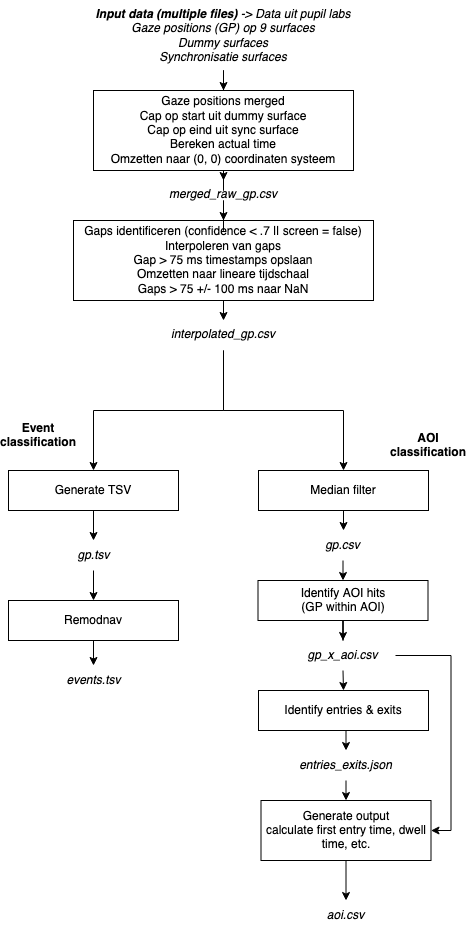
Earlier version of the draw.io export schema.png (joriswvanrijn/hpt-software). Source tidied: cells renumbered, new cells last; positions are measured from the earlier drawing's top-left corner, leaving out a move shared by most shapes.
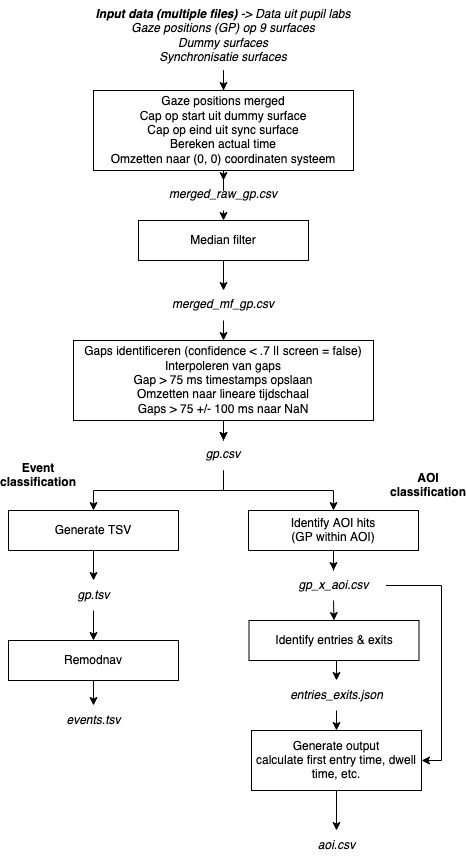
Above is the later version.

Diff of the diagram source:
```diff
@@ -6,100 +6,91 @@
       <mxGeometry relative="1" as="geometry" />
     </mxCell>
     <mxCell id="3" value="&lt;div&gt;Gaze positions merged&lt;/div&gt;&lt;div&gt;Cap op start uit dummy surface&lt;/div&gt;&lt;div&gt;Cap op eind uit sync surface&lt;/div&gt;&lt;div&gt;Bereken actual time&lt;/div&gt;&lt;div&gt;Omzetten naar (0, 0) coordinaten systeem&lt;br&gt;&lt;/div&gt;" style="rounded=0;whiteSpace=wrap;html=1;" parent="1" vertex="1">
-      <mxGeometry x="85" y="90" width="260" height="80" as="geometry" />
+      <mxGeometry x="85" y="80" width="260" height="80" as="geometry" />
     </mxCell>
     <mxCell id="4" style="edgeStyle=orthogonalEdgeStyle;rounded=0;jettySize=auto;html=1;exitX=0.5;exitY=1;exitDx=0;exitDy=0;entryX=0.5;entryY=0;entryDx=0;entryDy=0;" parent="1" edge="1" source="5" target="29">
       <mxGeometry relative="1" as="geometry" />
     </mxCell>
+    <mxCell id="39" style="edgeStyle=orthogonalEdgeStyle;rounded=0;jettySize=auto;html=1;" parent="1" edge="1" source="5" target="29">
+      <mxGeometry relative="1" as="geometry" />
+    </mxCell>
     <mxCell id="5" value="&lt;div&gt;Gaps identificeren (confidence &amp;lt; .7 || screen = false)&lt;br&gt;&lt;/div&gt;&lt;div&gt;Interpoleren van gaps &lt;br&gt;&lt;/div&gt;&lt;div&gt;Gap &amp;gt; 75 ms timestamps opslaan&lt;br&gt;&lt;/div&gt;&lt;div&gt;Omzetten naar lineare tijdschaal&lt;/div&gt;&lt;div&gt;Gaps &amp;gt; 75 +/- 100 ms naar NaN&lt;br&gt;&lt;/div&gt;" style="rounded=0;whiteSpace=wrap;html=1;" parent="1" vertex="1">
-      <mxGeometry x="65" y="220" width="300" height="80" as="geometry" />
+      <mxGeometry x="65" y="330" width="300" height="80" as="geometry" />
     </mxCell>
     <mxCell id="6" style="edgeStyle=orthogonalEdgeStyle;rounded=0;jettySize=auto;html=1;exitX=0.5;exitY=1;exitDx=0;exitDy=0;" parent="1" edge="1" source="7" target="31">
       <mxGeometry relative="1" as="geometry" />
     </mxCell>
     <mxCell id="7" value="Generate TSV" style="rounded=0;whiteSpace=wrap;html=1;" parent="1" vertex="1">
-      <mxGeometry y="470" width="170" height="40" as="geometry" />
+      <mxGeometry y="500" width="170" height="40" as="geometry" />
     </mxCell>
     <mxCell id="8" style="edgeStyle=orthogonalEdgeStyle;rounded=0;jettySize=auto;html=1;exitX=0.5;exitY=1;exitDx=0;exitDy=0;" parent="1" edge="1" source="10">
       <mxGeometry relative="1" as="geometry">
-        <mxPoint x="85" y="610" as="targetPoint" />
+        <mxPoint x="85" y="640" as="targetPoint" />
       </mxGeometry>
     </mxCell>
     <mxCell id="9" style="edgeStyle=orthogonalEdgeStyle;rounded=0;jettySize=auto;html=1;exitX=0.5;exitY=1;exitDx=0;exitDy=0;" parent="1" edge="1" source="10" target="19">
       <mxGeometry relative="1" as="geometry" />
     </mxCell>
     <mxCell id="10" value="Remodnav" style="rounded=0;whiteSpace=wrap;html=1;" parent="1" vertex="1">
-      <mxGeometry y="600" width="170" height="40" as="geometry" />
+      <mxGeometry y="630" width="170" height="40" as="geometry" />
     </mxCell>
     <mxCell id="11" value="Event classification" style="text;html=1;strokeColor=none;fillColor=none;align=center;verticalAlign=middle;whiteSpace=wrap;rounded=0;fontStyle=1;" parent="1" vertex="1">
-      <mxGeometry y="420" width="60" height="30" as="geometry" />
+      <mxGeometry y="450" width="60" height="30" as="geometry" />
     </mxCell>
-    <mxCell id="12" style="edgeStyle=orthogonalEdgeStyle;rounded=0;jettySize=auto;html=1;exitX=0.5;exitY=1;exitDx=0;exitDy=0;" parent="1" edge="1" source="13" target="33">
-      <mxGeometry relative="1" as="geometry" />
-    </mxCell>
-    <mxCell id="13" value="Median filter" style="rounded=0;whiteSpace=wrap;html=1;" parent="1" vertex="1">
-      <mxGeometry x="250" y="470" width="170" height="40" as="geometry" />
-    </mxCell>
     <mxCell id="14" style="edgeStyle=orthogonalEdgeStyle;rounded=0;jettySize=auto;html=1;exitX=0.5;exitY=1;exitDx=0;exitDy=0;" parent="1" edge="1" source="15" target="36">
       <mxGeometry relative="1" as="geometry" />
     </mxCell>
     <mxCell id="15" value="&lt;div&gt;Identify AOI hits&lt;/div&gt;&lt;div&gt;(GP within AOI)&lt;br&gt;&lt;/div&gt;" style="rounded=0;whiteSpace=wrap;html=1;" parent="1" vertex="1">
-      <mxGeometry x="249.5" y="580" width="170" height="40" as="geometry" />
+      <mxGeometry x="240" y="500" width="170" height="40" as="geometry" />
     </mxCell>
     <mxCell id="16" value="AOI classification" style="text;html=1;strokeColor=none;fillColor=none;align=center;verticalAlign=middle;whiteSpace=wrap;rounded=0;fontStyle=1;" parent="1" vertex="1">
-      <mxGeometry x="390" y="430" width="60" height="30" as="geometry" />
+      <mxGeometry x="390" y="460" width="60" height="30" as="geometry" />
     </mxCell>
     <mxCell id="17" style="edgeStyle=orthogonalEdgeStyle;rounded=0;jettySize=auto;html=1;exitX=0.5;exitY=1;exitDx=0;exitDy=0;entryX=0.5;entryY=0;entryDx=0;entryDy=0;" parent="1" edge="1" source="18" target="38">
       <mxGeometry relative="1" as="geometry" />
     </mxCell>
     <mxCell id="18" value="&lt;div&gt;Identify entries &amp;amp; exits&lt;br&gt;&lt;/div&gt;" style="rounded=0;whiteSpace=wrap;html=1;" parent="1" vertex="1">
-      <mxGeometry x="250" y="690" width="170" height="40" as="geometry" />
+      <mxGeometry x="240.5" y="610" width="170" height="40" as="geometry" />
     </mxCell>
     <mxCell id="19" value="events.tsv" style="text;html=1;strokeColor=none;fillColor=none;align=center;verticalAlign=middle;whiteSpace=wrap;rounded=0;fontStyle=2;" parent="1" vertex="1">
-      <mxGeometry x="32.5" y="665" width="105" height="30" as="geometry" />
+      <mxGeometry x="32.5" y="695" width="105" height="30" as="geometry" />
     </mxCell>
     <mxCell id="20" value="aoi.csv" style="text;html=1;strokeColor=none;fillColor=none;align=center;verticalAlign=middle;whiteSpace=wrap;rounded=0;fontStyle=2;" parent="1" vertex="1">
-      <mxGeometry x="255" y="900" width="165" height="30" as="geometry" />
+      <mxGeometry x="245.5" y="820" width="165" height="30" as="geometry" />
     </mxCell>
     <mxCell id="21" style="edgeStyle=orthogonalEdgeStyle;rounded=0;jettySize=auto;html=1;exitX=0.5;exitY=1;exitDx=0;exitDy=0;" parent="1" edge="1" source="22" target="20">
       <mxGeometry relative="1" as="geometry" />
     </mxCell>
     <mxCell id="22" value="&lt;div&gt;Generate output&lt;/div&gt;&lt;div&gt;calculate first entry time, dwell time, etc.&lt;br&gt;&lt;/div&gt;" style="rounded=0;whiteSpace=wrap;html=1;" parent="1" vertex="1">
-      <mxGeometry x="252.5" y="800" width="170" height="60" as="geometry" />
+      <mxGeometry x="243" y="720" width="170" height="60" as="geometry" />
     </mxCell>
     <mxCell id="23" style="edgeStyle=orthogonalEdgeStyle;rounded=0;jettySize=auto;html=1;exitX=0.5;exitY=1;exitDx=0;exitDy=0;" parent="1" edge="1" source="24" target="3">
       <mxGeometry relative="1" as="geometry" />
     </mxCell>
     <mxCell id="24" value="&lt;div&gt;&lt;b&gt;Input data (multiple files)&lt;/b&gt; -&amp;gt; Data uit pupil labs&lt;/div&gt;&lt;div&gt;Gaze positions (GP) op 9 surfaces&lt;/div&gt;&lt;div&gt;Dummy surfaces&lt;/div&gt;&lt;div&gt;Synchronisatie surfaces&lt;/div&gt;" style="text;whiteSpace=wrap;html=1;align=center;fontStyle=2;" parent="1" vertex="1">
-      <mxGeometry x="65" width="300" height="70" as="geometry" />
+      <mxGeometry x="65" y="-10" width="300" height="70" as="geometry" />
     </mxCell>
-    <mxCell id="25" style="edgeStyle=orthogonalEdgeStyle;rounded=0;jettySize=auto;html=1;exitX=0.5;exitY=1;exitDx=0;exitDy=0;" parent="1" edge="1" source="26" target="5">
-      <mxGeometry relative="1" as="geometry" />
-    </mxCell>
+    <mxCell id="40" style="edgeStyle=orthogonalEdgeStyle;rounded=0;jettySize=auto;html=1;exitX=0.5;exitY=1;exitDx=0;exitDy=0;entryX=0.5;entryY=0;entryDx=0;entryDy=0;" parent="1" edge="1" source="26" target="13">
+      <mxGeometry relative="1" as="geometry" />
+    </mxCell>
     <mxCell id="26" value="merged_raw_gp.csv" style="text;whiteSpace=wrap;html=1;align=center;fontStyle=2;" parent="1" vertex="1">
-      <mxGeometry x="65" y="180" width="300" height="30" as="geometry" />
+      <mxGeometry x="65" y="170" width="300" height="30" as="geometry" />
     </mxCell>
     <mxCell id="27" style="edgeStyle=orthogonalEdgeStyle;rounded=0;jettySize=auto;html=1;exitX=0.5;exitY=1;exitDx=0;exitDy=0;" parent="1" edge="1" source="29" target="7">
       <mxGeometry relative="1" as="geometry" />
     </mxCell>
-    <mxCell id="28" style="edgeStyle=orthogonalEdgeStyle;rounded=0;jettySize=auto;html=1;exitX=0.5;exitY=1;exitDx=0;exitDy=0;entryX=0.5;entryY=0;entryDx=0;entryDy=0;" parent="1" edge="1" source="29" target="13">
-      <mxGeometry relative="1" as="geometry" />
-    </mxCell>
+    <mxCell id="41" style="edgeStyle=orthogonalEdgeStyle;rounded=0;jettySize=auto;html=1;exitX=0.5;exitY=1;exitDx=0;exitDy=0;" parent="1" edge="1" source="29" target="15">
+      <mxGeometry relative="1" as="geometry" />
+    </mxCell>
-    <mxCell id="29" value="interpolated_gp.csv" style="text;whiteSpace=wrap;html=1;align=center;fontStyle=2;" parent="1" vertex="1">
-      <mxGeometry x="65" y="320" width="300" height="30" as="geometry" />
+    <mxCell id="29" value="gp.csv" style="text;whiteSpace=wrap;html=1;align=center;fontStyle=2;" parent="1" vertex="1">
+      <mxGeometry x="65" y="430" width="300" height="30" as="geometry" />
     </mxCell>
     <mxCell id="30" style="edgeStyle=orthogonalEdgeStyle;rounded=0;jettySize=auto;html=1;exitX=0.5;exitY=1;exitDx=0;exitDy=0;entryX=0.5;entryY=0;entryDx=0;entryDy=0;" parent="1" edge="1" source="31" target="10">
       <mxGeometry relative="1" as="geometry" />
     </mxCell>
     <mxCell id="31" value="gp.tsv" style="text;html=1;strokeColor=none;fillColor=none;align=center;verticalAlign=middle;whiteSpace=wrap;rounded=0;fontStyle=2;" parent="1" vertex="1">
-      <mxGeometry x="32.5" y="540" width="105" height="30" as="geometry" />
+      <mxGeometry x="32.5" y="570" width="105" height="30" as="geometry" />
     </mxCell>
-    <mxCell id="32" style="edgeStyle=orthogonalEdgeStyle;rounded=0;jettySize=auto;html=1;exitX=0.5;exitY=1;exitDx=0;exitDy=0;entryX=0.5;entryY=0;entryDx=0;entryDy=0;" parent="1" edge="1" source="33" target="15">
-      <mxGeometry relative="1" as="geometry" />
-    </mxCell>
-    <mxCell id="33" value="gp.csv" style="text;html=1;strokeColor=none;fillColor=none;align=center;verticalAlign=middle;whiteSpace=wrap;rounded=0;fontStyle=2;" parent="1" vertex="1">
-      <mxGeometry x="282" y="530" width="105" height="30" as="geometry" />
-    </mxCell>
     <mxCell id="34" style="edgeStyle=orthogonalEdgeStyle;rounded=0;jettySize=auto;html=1;exitX=0.5;exitY=1;exitDx=0;exitDy=0;entryX=0.5;entryY=0;entryDx=0;entryDy=0;" parent="1" edge="1" source="36" target="18">
       <mxGeometry relative="1" as="geometry" />
     </mxCell>
@@ -107,13 +98,25 @@
       <mxGeometry relative="1" as="geometry" />
     </mxCell>
     <mxCell id="36" value="gp_x_aoi.csv" style="text;html=1;strokeColor=none;fillColor=none;align=center;verticalAlign=middle;whiteSpace=wrap;rounded=0;fontStyle=2;" parent="1" vertex="1">
-      <mxGeometry x="282" y="640" width="105" height="30" as="geometry" />
+      <mxGeometry x="272.5" y="560" width="105" height="30" as="geometry" />
     </mxCell>
     <mxCell id="37" style="edgeStyle=orthogonalEdgeStyle;rounded=0;jettySize=auto;html=1;exitX=0.5;exitY=1;exitDx=0;exitDy=0;entryX=0.5;entryY=0;entryDx=0;entryDy=0;" parent="1" edge="1" source="38" target="22">
       <mxGeometry relative="1" as="geometry" />
     </mxCell>
     <mxCell id="38" value="entries_exits.json" style="text;html=1;strokeColor=none;fillColor=none;align=center;verticalAlign=middle;whiteSpace=wrap;rounded=0;fontStyle=2;" parent="1" vertex="1">
-      <mxGeometry x="285" y="750" width="105" height="30" as="geometry" />
+      <mxGeometry x="275.5" y="670" width="105" height="30" as="geometry" />
     </mxCell>
+    <mxCell id="42" style="edgeStyle=orthogonalEdgeStyle;rounded=0;jettySize=auto;html=1;exitX=0.5;exitY=1;exitDx=0;exitDy=0;entryX=0.5;entryY=0;entryDx=0;entryDy=0;" parent="1" edge="1" source="13" target="44">
+      <mxGeometry relative="1" as="geometry" />
+    </mxCell>
+    <mxCell id="13" value="Median filter" style="rounded=0;whiteSpace=wrap;html=1;" parent="1" vertex="1">
+      <mxGeometry x="130" y="210" width="170" height="40" as="geometry" />
+    </mxCell>
+    <mxCell id="43" style="edgeStyle=orthogonalEdgeStyle;rounded=0;jettySize=auto;html=1;exitX=0.5;exitY=1;exitDx=0;exitDy=0;entryX=0.5;entryY=0;entryDx=0;entryDy=0;" parent="1" edge="1" source="44" target="5">
+      <mxGeometry relative="1" as="geometry" />
+    </mxCell>
+    <mxCell id="44" value="merged_mf_gp.csv" style="text;whiteSpace=wrap;html=1;align=center;fontStyle=2;" parent="1" vertex="1">
+      <mxGeometry x="65" y="280" width="300" height="30" as="geometry" />
+    </mxCell>
   </root>
 </mxGraphModel>
```
